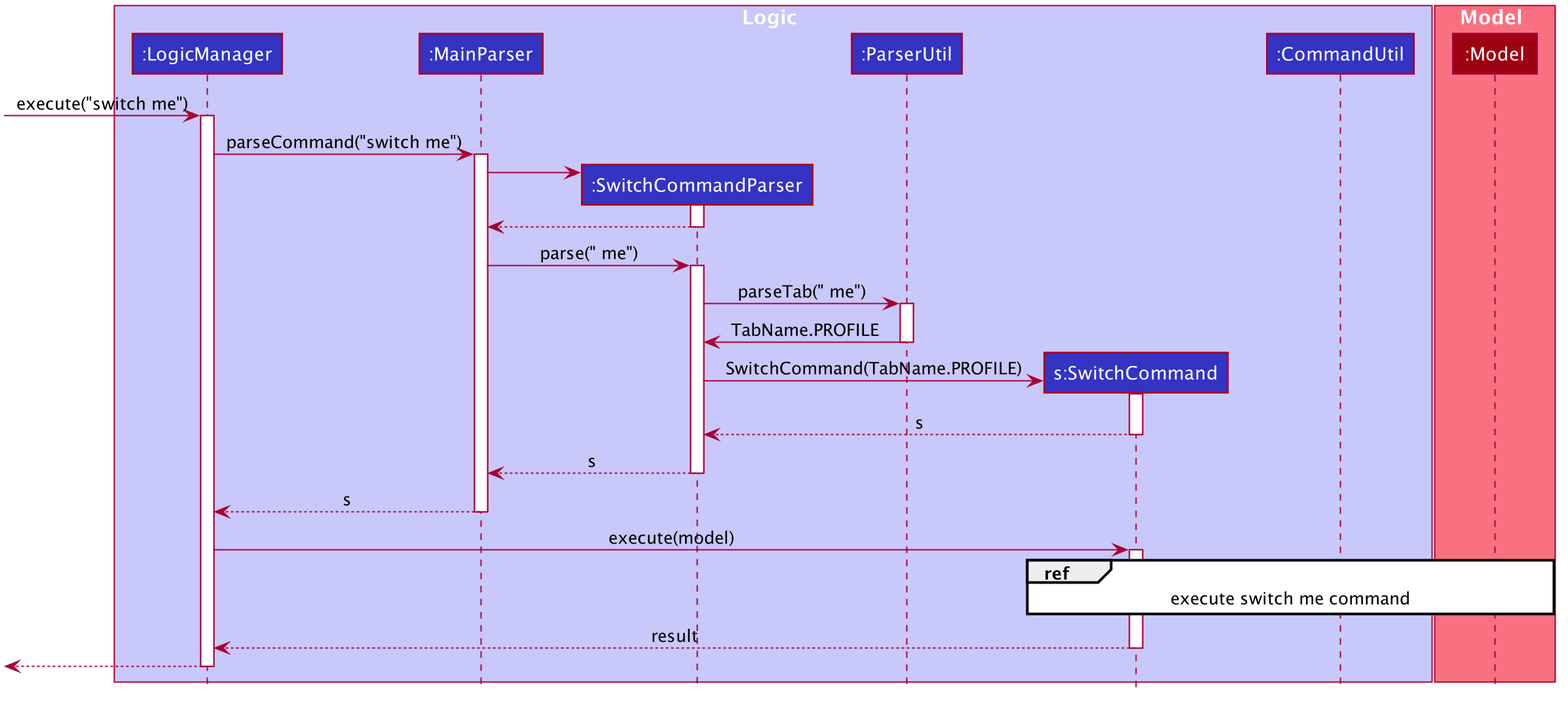
The PlantUML diagram docs/images/SwitchCommandSequenceDiagram.png in shawn-nyk/tp, before a commit. Source of this version:
```plantuml
@startuml








skinparam BackgroundColor #FFFFFFF

skinparam Shadowing false

skinparam Class {
    FontColor #FFFFFF
    BorderThickness 1
    BorderColor #FFFFFF
    StereotypeFontColor #FFFFFF
    FontName Arial
}

skinparam Actor {
    BorderColor #000000
    Color #000000
    FontName Arial
}

skinparam Sequence {
    MessageAlign center
    BoxFontSize 15
    BoxPadding 0
    BoxFontColor #FFFFFF
    FontName Arial
}

skinparam Participant {
    FontColor #FFFFFFF
    Padding 20
}

skinparam MinClassWidth 50
skinparam ParticipantPadding 10
skinparam Shadowing false
skinparam DefaultTextAlignment center
skinparam packageStyle Rectangle

hide footbox
hide circle

box Logic #C8C8FA
participant ":LogicManager" as LogicManager #3333C4
participant ":MainParser" as MainParser #3333C4
participant ":SwitchCommandParser" as SwitchCommandParser #3333C4
participant ":ParserUtil" as ParserUtil #3333C4
participant "s:SwitchCommand" as SwitchCommand #3333C4
participant ":CommandUtil" as CommandUtil #3333C4
end box

box Model #F97181
participant ":Model" as Model #9D0012
end box

[-> LogicManager : execute("switch me")
activate LogicManager

LogicManager -> MainParser : parseCommand("switch me")
activate MainParser

create SwitchCommandParser
MainParser -> SwitchCommandParser
activate SwitchCommandParser

SwitchCommandParser --> MainParser
deactivate SwitchCommandParser

MainParser -> SwitchCommandParser : parse(" me")
activate SwitchCommandParser

SwitchCommandParser -> ParserUtil : parseTab(" me")
activate ParserUtil

ParserUtil -> SwitchCommandParser : TabName.PROFILE
deactivate ParserUtil

create SwitchCommand
SwitchCommandParser -> SwitchCommand : SwitchCommand(TabName.PROFILE)
activate SwitchCommand

SwitchCommand --> SwitchCommandParser : s
deactivate SwitchCommand

SwitchCommandParser --> MainParser : s
deactivate SwitchCommandParser

MainParser --> LogicManager : s
deactivate MainParser

LogicManager -> SwitchCommand : execute(model)
activate SwitchCommand

ref over SwitchCommand, CommandUtil, Model : execute switch me command

SwitchCommand --> LogicManager : result
deactivate SwitchCommand

[<--LogicManager
deactivate LogicManager
@enduml
```
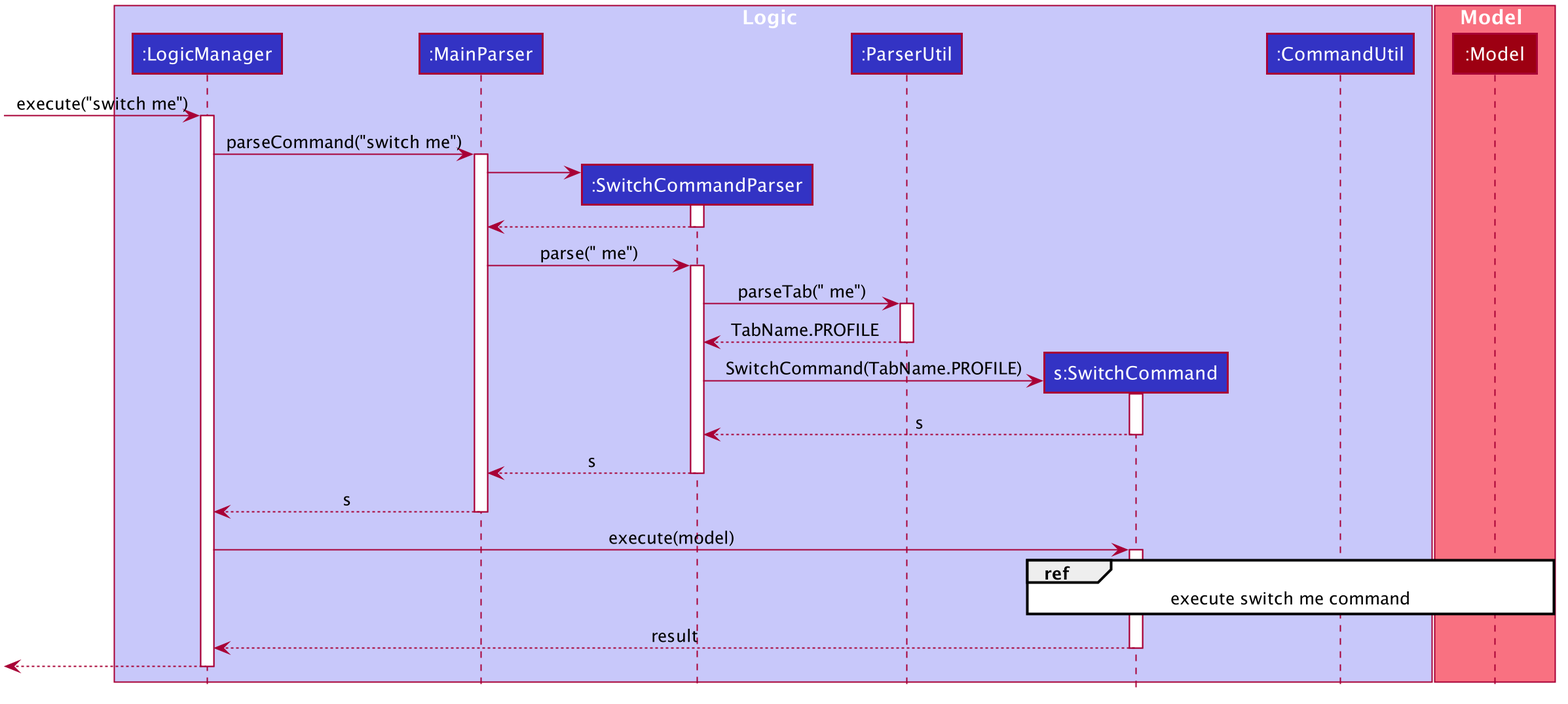
The same diagram one commit later.

Change to the diagram source:
```diff
@@ -10,6 +10,8 @@
 skinparam BackgroundColor #FFFFFFF
 
 skinparam Shadowing false
+
+skinparam classAttributeIconSize 0
 
 skinparam Class {
     FontColor #FFFFFF
@@ -79,7 +81,7 @@
 SwitchCommandParser -> ParserUtil : parseTab(" me")
 activate ParserUtil
 
-ParserUtil -> SwitchCommandParser : TabName.PROFILE
+ParserUtil --> SwitchCommandParser : TabName.PROFILE
 deactivate ParserUtil
 
 create SwitchCommand
```
